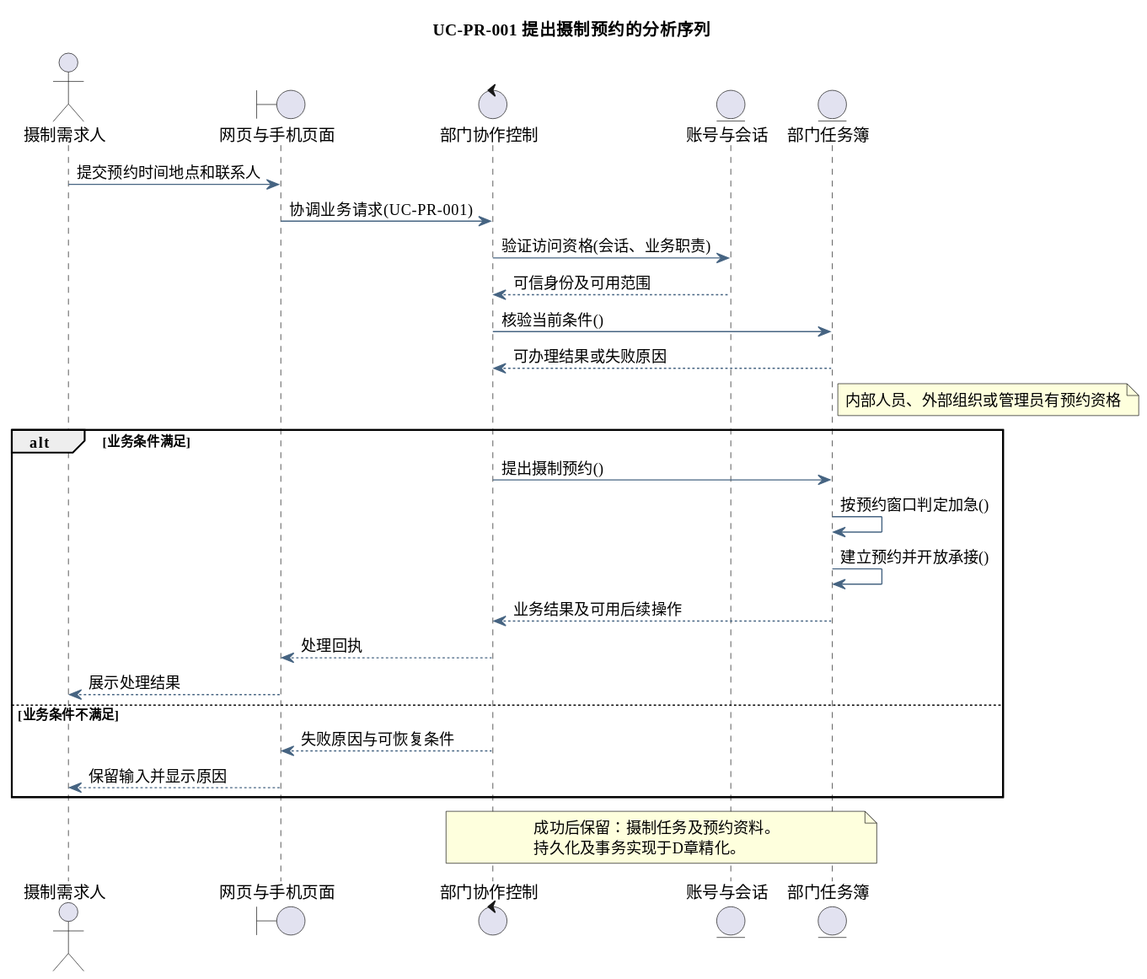
The PlantUML diagram docs/diagrams/analysis/seq-uc-pr-001.svg in tccc1csu/miniprogram-csu, before a commit.
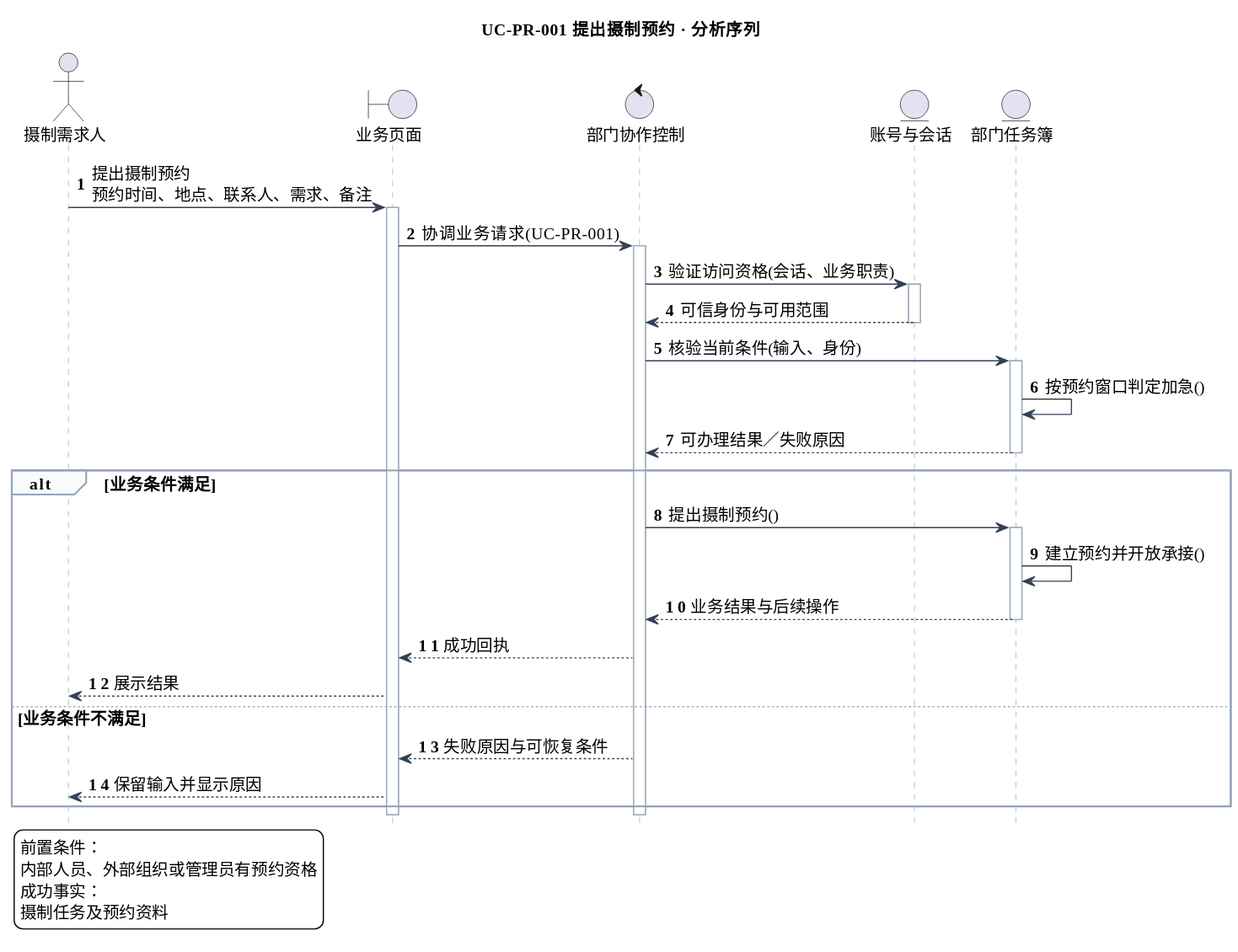
The same diagram one commit later.

What changed in the source:
```diff
@@ -5,34 +5,52 @@
 skinparam ArrowColor #466482
 skinparam classAttributeIconSize 0
 hide empty members
-title UC-PR-001 提出摄制预约的分析序列
+skinparam defaultFontSize 14
+skinparam sequenceLifeLineBorderColor #9AA8B8
+skinparam sequenceArrowColor #334155
+skinparam sequenceGroupBorderColor #94A3B8
+skinparam sequenceGroupBackgroundColor #F8FAFC
+skinparam sequenceParticipantPadding 18
+skinparam maxMessageSize 240
+hide footbox
+autonumber
+title UC-PR-001 提出摄制预约 · 分析序列
 actor "摄制需求人" as actor
-boundary "网页与手机页面" as page
+boundary "业务页面" as page
 control "部门协作控制" as ctl
 entity "账号与会话" as identity
 entity "部门任务簿" as model
-actor -> page : 提交预约时间地点和联系人
+actor -> page : 提出摄制预约\n预约时间、地点、联系人、需求、备注
+activate page
 page -> ctl : 协调业务请求(UC-PR-001)
+activate ctl
 ctl -> identity : 验证访问资格(会话、业务职责)
-identity --> ctl : 可信身份及可用范围
-ctl -> model : 核验当前条件()
-model --> ctl : 可办理结果或失败原因
-note right of model
-内部人员、外部组织或管理员有预约资格
-end note
+activate identity
+identity --> ctl : 可信身份与可用范围
+deactivate identity
+ctl -> model : 核验当前条件(输入、身份)
+activate model
+model -> model : 按预约窗口判定加急()
+model --> ctl : 可办理结果／失败原因
+deactivate model
 alt 业务条件满足
 ctl -> model : 提出摄制预约()
-model -> model : 按预约窗口判定加急()
+activate model
 model -> model : 建立预约并开放承接()
-model --> ctl : 业务结果及可用后续操作
-ctl --> page : 处理回执
-page --> actor : 展示处理结果
+model --> ctl : 业务结果与后续操作
+deactivate model
+ctl --> page : 成功回执
+page --> actor : 展示结果
 else 业务条件不满足
 ctl --> page : 失败原因与可恢复条件
 page --> actor : 保留输入并显示原因
 end
-note over ctl,model
-成功后保留：摄制任务及预约资料。
-持久化及事务实现于D章精化。
-end note
+deactivate ctl
+deactivate page
+legend bottom left
+前置条件：
+内部人员、外部组织或管理员有预约资格
+成功事实：
+摄制任务及预约资料
+endlegend
 @enduml
```
